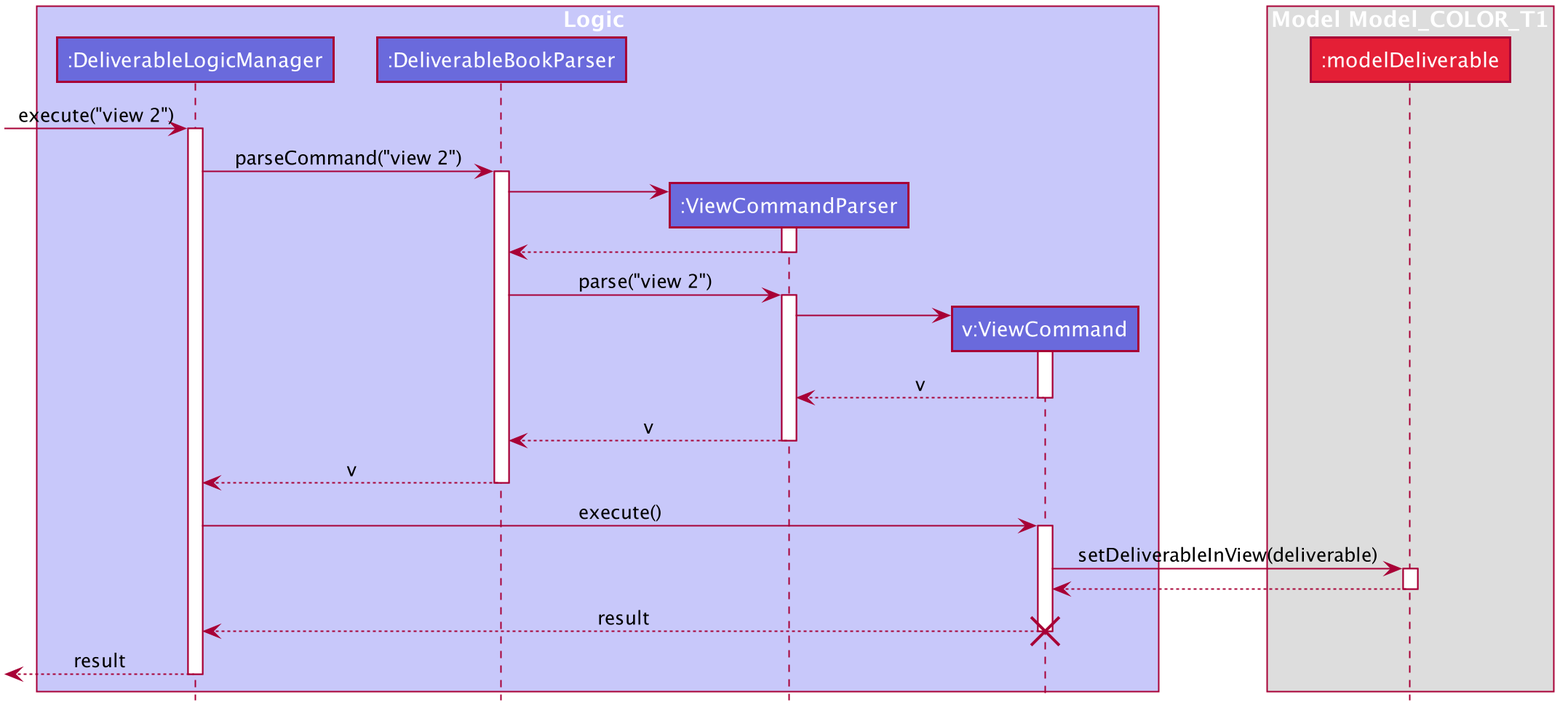
shadowezz/Productiv keeps this PlantUML diagram as docs/images/ViewCommandSequenceDiagram.png. Above is the earlier version. Source of this version:
```plantuml
@startuml








skinparam BackgroundColor #FFFFFFF

skinparam Shadowing false

skinparam Class {
    FontColor #FFFFFF
    BorderThickness 1
    BorderColor #FFFFFF
    StereotypeFontColor #FFFFFF
    FontName Arial
}

skinparam Actor {
    BorderColor #000000
    Color #000000
    FontName Arial
}

skinparam Sequence {
    MessageAlign center
    BoxFontSize 15
    BoxPadding 0
    BoxFontColor #FFFFFF
    FontName Arial
}

skinparam Participant {
    FontColor #FFFFFFF
    Padding 20
}

skinparam MinClassWidth 50
skinparam ParticipantPadding 10
skinparam Shadowing false
skinparam DefaultTextAlignment center
skinparam packageStyle Rectangle

hide footbox
hide members
hide circle

box Logic #C8C8FA
participant ":DeliverableLogicManager" as DeliverableLogicManager #6A6ADC
participant ":DeliverableBookParser" as DeliverableBookParser #6A6ADC
participant ":ViewCommandParser" as ViewCommandParser #6A6ADC
participant "v:ViewCommand" as ViewCommand #6A6ADC
end box

box Model Model_COLOR_T1
participant ":modelDeliverable" as ModelDeliverable #E41F36
end box

[-> DeliverableLogicManager : execute("view 2")
activate DeliverableLogicManager

DeliverableLogicManager -> DeliverableBookParser : parseCommand("view 2")
activate DeliverableBookParser

create ViewCommandParser
DeliverableBookParser -> ViewCommandParser
activate ViewCommandParser

ViewCommandParser --> DeliverableBookParser
deactivate ViewCommandParser

DeliverableBookParser -> ViewCommandParser : parse("view 2")
activate ViewCommandParser

create ViewCommand
ViewCommandParser -> ViewCommand
activate ViewCommand

ViewCommand --> ViewCommandParser : v
deactivate ViewCommand

ViewCommandParser --> DeliverableBookParser : v
deactivate ViewCommandParser

DeliverableBookParser --> DeliverableLogicManager : v
deactivate DeliverableBookParser

DeliverableLogicManager -> ViewCommand : execute()
activate ViewCommand

ViewCommand -> ModelDeliverable : setDeliverableInView(deliverable)
activate ModelDeliverable

ModelDeliverable --> ViewCommand
deactivate ModelDeliverable

ViewCommand --> DeliverableLogicManager : result
deactivate ViewCommand
destroy ViewCommand

[<-- DeliverableLogicManager : result
deactivate DeliverableLogicManager

@enduml
```
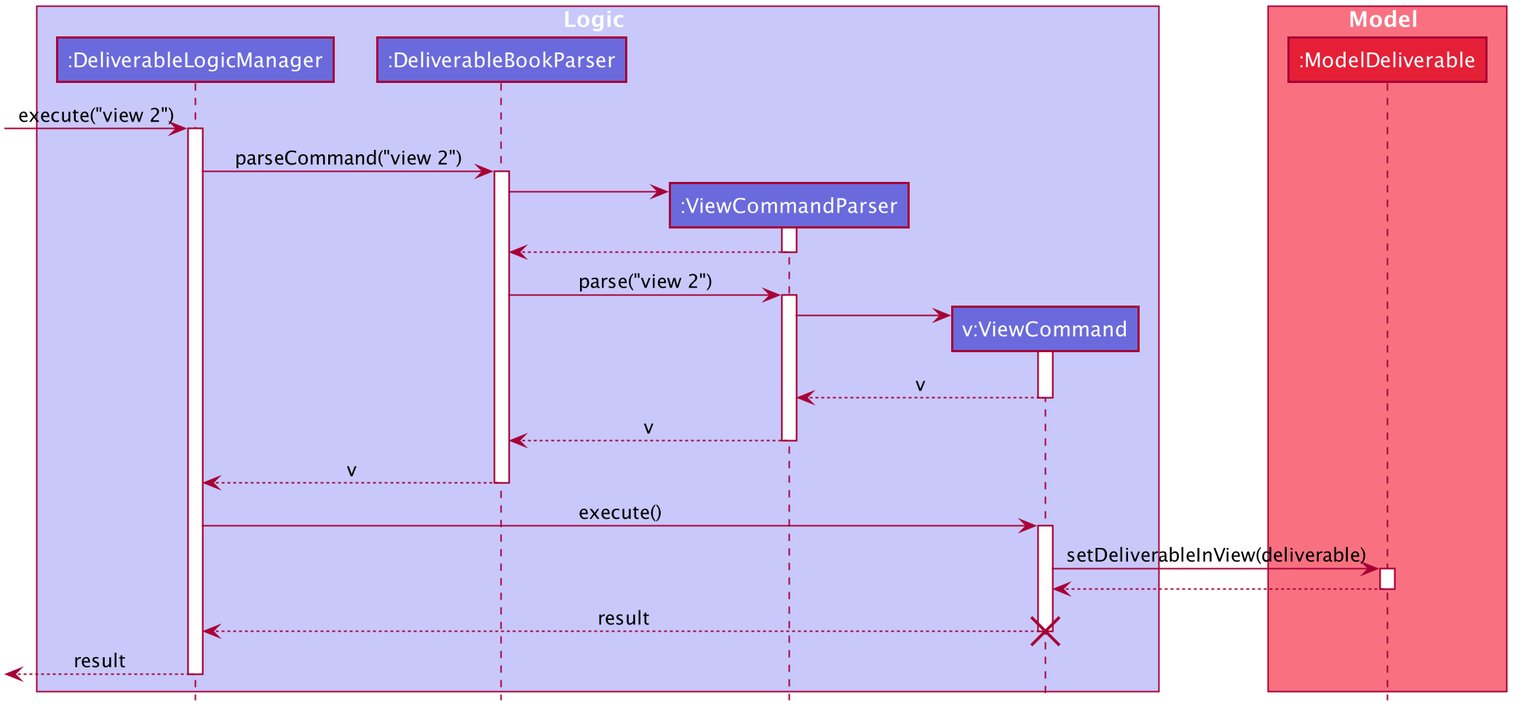
After the commit.

Change to the diagram source:
```diff
@@ -55,8 +55,8 @@
 participant "v:ViewCommand" as ViewCommand #6A6ADC
 end box
 
-box Model Model_COLOR_T1
-participant ":modelDeliverable" as ModelDeliverable #E41F36
+box Model #F97181
+participant ":ModelDeliverable" as ModelDeliverable #E41F36
 end box
 
 [-> DeliverableLogicManager : execute("view 2")
```
